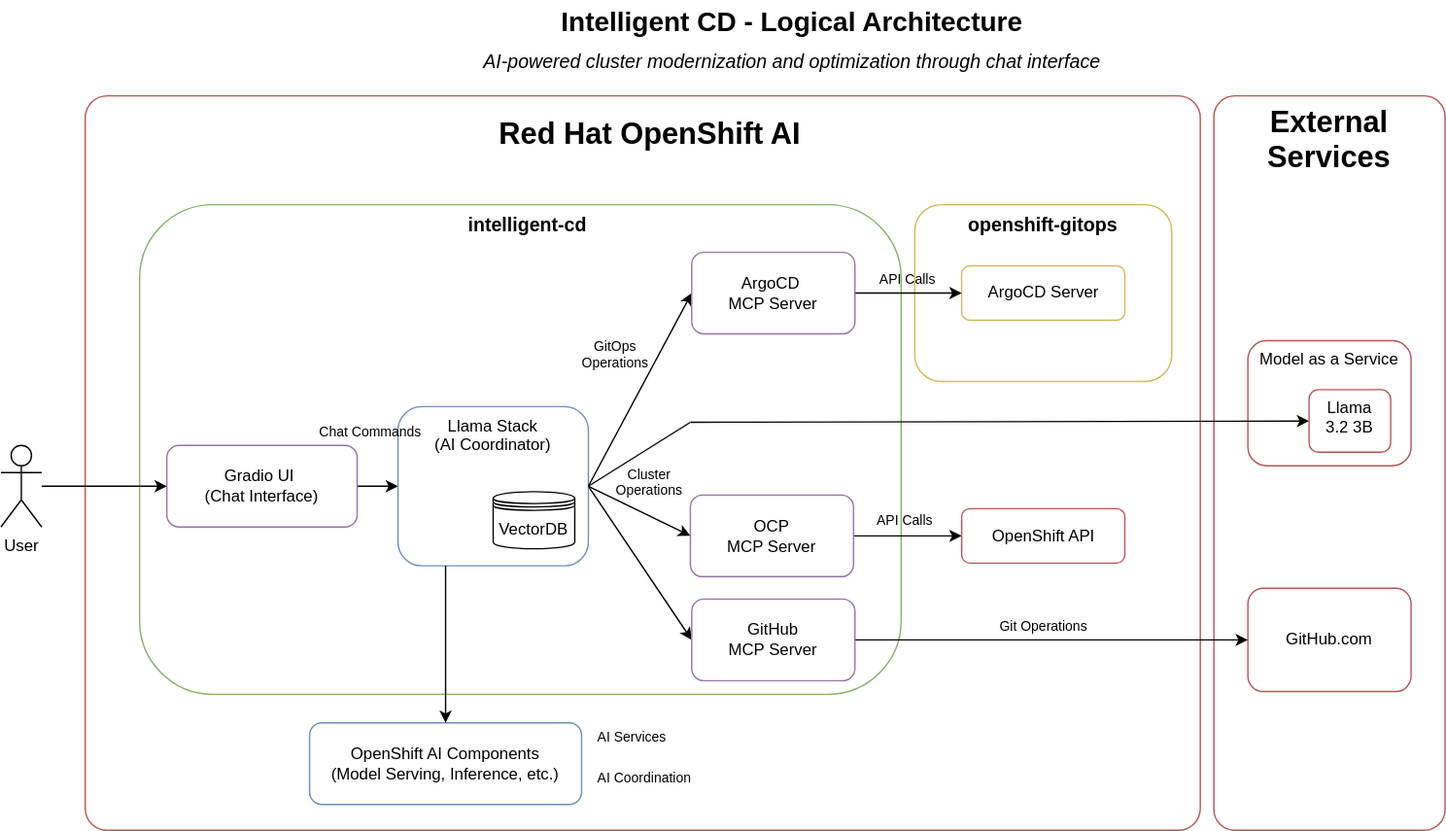
alvarolop/intelligent-cd keeps this draw.io diagram as docs/images/architecture.svg. Above is the earlier version. Source tidied: cells renumbered, new cells last; positions are measured from the earlier drawing's top-left corner, leaving out a move shared by most shapes.
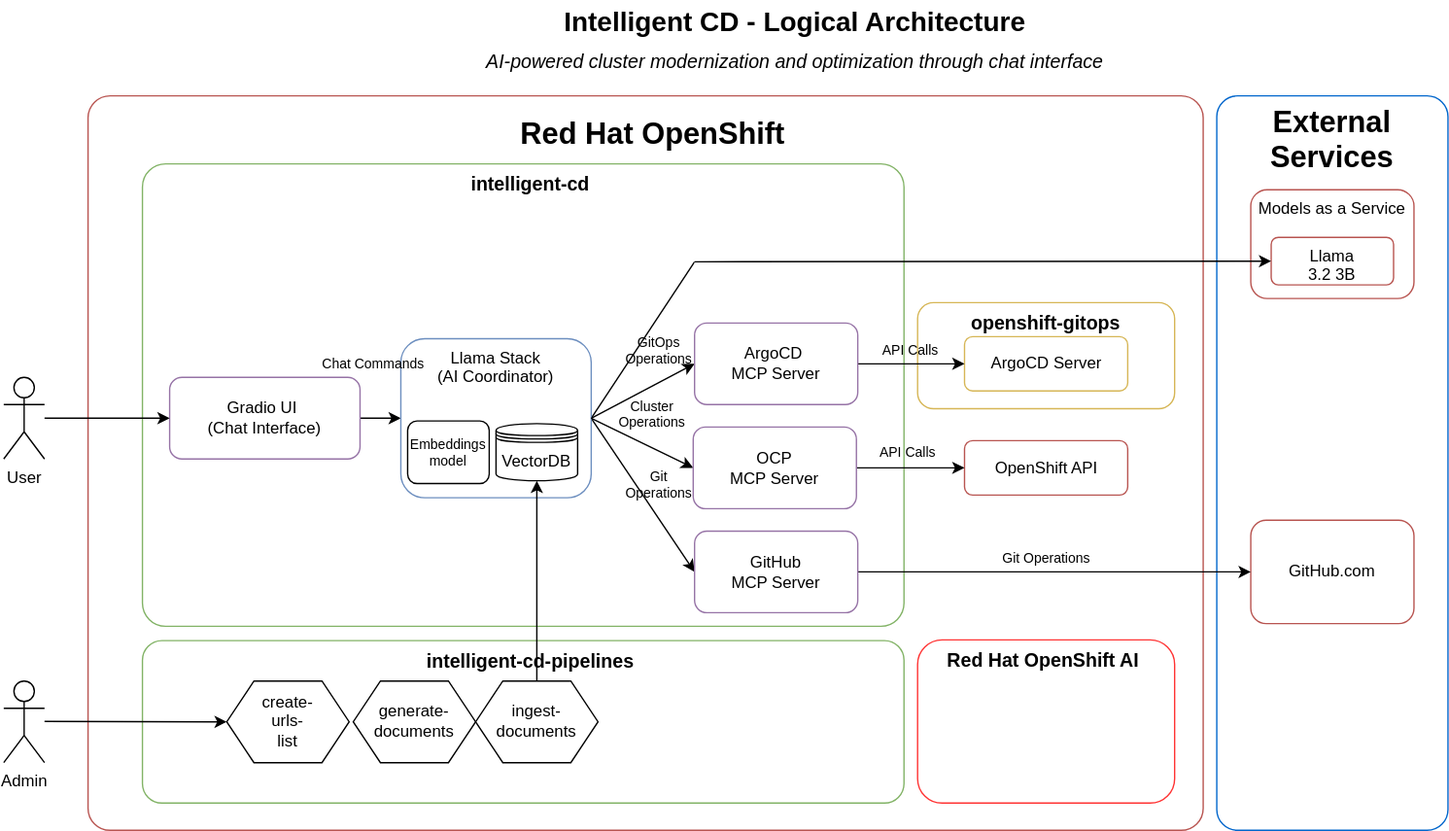
Later version of the same file.

Commit message:
🦺 Update arch diagram

Diff of the diagram source:
```diff
@@ -2,17 +2,17 @@
   <root>
     <mxCell id="0" />
     <mxCell id="1" parent="0" />
-    <mxCell id="2" value="Red Hat OpenShift AI" style="rounded=1;whiteSpace=wrap;html=1;fillColor=#ffffff;strokeColor=#b85450;fontSize=22;fontStyle=1;align=center;verticalAlign=top;spacingLeft=11;spacingTop=9;arcSize=3;" parent="1" vertex="1">
-      <mxGeometry x="62" y="70" width="820" height="540" as="geometry" />
+    <mxCell id="2" value="Red Hat OpenShift" style="rounded=1;whiteSpace=wrap;html=1;fillColor=#ffffff;strokeColor=#b85450;fontSize=22;fontStyle=1;align=center;verticalAlign=top;spacingLeft=11;spacingTop=9;arcSize=3;" parent="1" vertex="1">
+      <mxGeometry x="62" y="120" width="820" height="540" as="geometry" />
     </mxCell>
-    <mxCell id="3" value="intelligent-cd" style="rounded=1;whiteSpace=wrap;html=1;fillColor=#ffffff;strokeColor=#82b366;fontSize=14;fontStyle=1;align=center;verticalAlign=top;spacingLeft=11;" parent="1" vertex="1">
-      <mxGeometry x="102" y="150" width="560" height="360" as="geometry" />
+    <mxCell id="3" value="intelligent-cd" style="rounded=1;whiteSpace=wrap;html=1;fillColor=#ffffff;strokeColor=#82b366;fontSize=14;fontStyle=1;align=center;verticalAlign=top;spacingLeft=11;arcSize=5;" parent="1" vertex="1">
+      <mxGeometry x="102" y="170" width="560" height="340" as="geometry" />
     </mxCell>
     <mxCell id="4" value="openshift-gitops" style="rounded=1;whiteSpace=wrap;html=1;fillColor=#ffffff;strokeColor=#d6b656;fontSize=14;fontStyle=1;verticalAlign=top;" parent="1" vertex="1">
-      <mxGeometry x="672" y="150" width="189" height="130" as="geometry" />
+      <mxGeometry x="672" y="272" width="189" height="78" as="geometry" />
     </mxCell>
-    <mxCell id="5" value="External Services" style="rounded=1;whiteSpace=wrap;html=1;fillColor=#ffffff;strokeColor=#b85450;fontSize=22;fontStyle=1;arcSize=9;verticalAlign=top;" parent="1" vertex="1">
-      <mxGeometry x="892" y="70" width="170" height="540" as="geometry" />
+    <mxCell id="5" value="External Services" style="rounded=1;whiteSpace=wrap;html=1;fillColor=#ffffff;strokeColor=#0066CC;fontSize=22;fontStyle=1;arcSize=9;verticalAlign=top;" parent="1" vertex="1">
+      <mxGeometry x="892" y="120" width="170" height="540" as="geometry" />
     </mxCell>
     <mxCell id="6" style="edgeStyle=none;html=1;exitX=1;exitY=0.5;exitDx=0;exitDy=0;entryX=0;entryY=0.5;entryDx=0;entryDy=0;" parent="1" edge="1" source="7" target="10">
       <mxGeometry relative="1" as="geometry" />
@@ -29,11 +29,8 @@
     <mxCell id="10" value="Llama Stack&#10;(AI Coordinator)" style="rounded=1;whiteSpace=wrap;html=1;fillColor=none;strokeColor=#6c8ebf;fontSize=12;verticalAlign=top;" parent="1" vertex="1">
       <mxGeometry x="292" y="298.5" width="140" height="117" as="geometry" />
     </mxCell>
-    <mxCell id="11" value="OpenShift AI Components&#10;(Model Serving, Inference, etc.)" style="rounded=1;whiteSpace=wrap;html=1;fillColor=#ffffff;strokeColor=#6c8ebf;fontSize=12;" parent="1" vertex="1">
-      <mxGeometry x="227" y="531" width="200" height="60" as="geometry" />
-    </mxCell>
     <mxCell id="12" value="ArgoCD Server" style="rounded=1;whiteSpace=wrap;html=1;fillColor=#ffffff;strokeColor=#d6b656;fontSize=12;" parent="1" vertex="1">
-      <mxGeometry x="706.5" y="195" width="120" height="40" as="geometry" />
+      <mxGeometry x="706.5" y="297" width="120" height="40" as="geometry" />
     </mxCell>
     <mxCell id="13" value="GitHub.com" style="rounded=1;whiteSpace=wrap;html=1;fillColor=#ffffff;strokeColor=#b85450;fontSize=12;" parent="1" vertex="1">
       <mxGeometry x="917" y="432" width="120" height="76" as="geometry" />
@@ -50,20 +47,14 @@
     <mxCell id="17" style="endArrow=classic;html=1;rounded=0;exitX=1;exitY=0.5;exitDx=0;exitDy=0;entryX=0;entryY=0.5;entryDx=0;entryDy=0;" parent="1" edge="1" source="37" target="14">
       <mxGeometry relative="1" as="geometry" />
     </mxCell>
-    <mxCell id="18" style="endArrow=classic;html=1;rounded=0;exitX=0.25;exitY=1;exitDx=0;exitDy=0;entryX=0.5;entryY=0;entryDx=0;entryDy=0;" parent="1" edge="1" source="10" target="11">
-      <mxGeometry relative="1" as="geometry" />
-    </mxCell>
     <mxCell id="19" value="Chat Commands" style="text;html=1;strokeColor=none;fillColor=none;align=center;verticalAlign=middle;whiteSpace=wrap;rounded=0;fontSize=10;" parent="1" vertex="1">
       <mxGeometry x="232" y="307" width="80" height="20" as="geometry" />
     </mxCell>
-    <mxCell id="20" value="AI Coordination" style="text;html=1;strokeColor=none;fillColor=none;align=left;verticalAlign=middle;whiteSpace=wrap;rounded=0;fontSize=10;" parent="1" vertex="1">
-      <mxGeometry x="437" y="561" width="80" height="20" as="geometry" />
-    </mxCell>
     <mxCell id="21" value="Cluster Operations" style="text;html=1;strokeColor=none;fillColor=none;align=center;verticalAlign=middle;whiteSpace=wrap;rounded=0;fontSize=10;" parent="1" vertex="1">
       <mxGeometry x="437" y="343.5" width="80" height="20" as="geometry" />
     </mxCell>
     <mxCell id="22" value="GitOps Operations" style="text;html=1;strokeColor=none;fillColor=none;align=center;verticalAlign=middle;whiteSpace=wrap;rounded=0;fontSize=10;" parent="1" vertex="1">
-      <mxGeometry x="412" y="250" width="80" height="20" as="geometry" />
+      <mxGeometry x="442" y="297" width="80" height="20" as="geometry" />
     </mxCell>
     <mxCell id="23" value="Git Operations" style="text;html=1;strokeColor=none;fillColor=none;align=center;verticalAlign=middle;whiteSpace=wrap;rounded=0;fontSize=10;" parent="1" vertex="1">
       <mxGeometry x="726.5" y="450" width="80" height="20" as="geometry" />
@@ -71,26 +62,23 @@
     <mxCell id="24" value="API Calls" style="text;html=1;strokeColor=none;fillColor=none;align=center;verticalAlign=middle;whiteSpace=wrap;rounded=0;fontSize=10;" parent="1" vertex="1">
       <mxGeometry x="624.5" y="372" width="80" height="20" as="geometry" />
     </mxCell>
-    <mxCell id="25" value="AI Services" style="text;html=1;strokeColor=none;fillColor=none;align=left;verticalAlign=middle;whiteSpace=wrap;rounded=0;fontSize=10;" parent="1" vertex="1">
-      <mxGeometry x="437" y="531" width="80" height="20" as="geometry" />
-    </mxCell>
     <mxCell id="26" value="Intelligent CD - Logical Architecture" style="text;html=1;strokeColor=none;fillColor=none;align=center;verticalAlign=middle;whiteSpace=wrap;rounded=0;fontSize=20;fontStyle=1;" parent="1" vertex="1">
-      <mxGeometry x="382" width="400" height="30" as="geometry" />
+      <mxGeometry x="382" y="50" width="400" height="30" as="geometry" />
     </mxCell>
     <mxCell id="27" value="AI-powered cluster modernization and optimization through chat interface" style="text;html=1;strokeColor=none;fillColor=none;align=center;verticalAlign=middle;whiteSpace=wrap;rounded=0;fontSize=14;fontStyle=2;" parent="1" vertex="1">
-      <mxGeometry x="282" y="30" width="600" height="30" as="geometry" />
+      <mxGeometry x="282" y="80" width="600" height="30" as="geometry" />
     </mxCell>
     <mxCell id="28" style="edgeStyle=none;html=1;exitX=1;exitY=0.5;exitDx=0;exitDy=0;entryX=0;entryY=0.5;entryDx=0;entryDy=0;" parent="1" edge="1" source="29" target="12">
       <mxGeometry relative="1" as="geometry" />
     </mxCell>
     <mxCell id="29" value="&lt;span style=&quot;color: rgb(0, 0, 0);&quot;&gt;ArgoCD&amp;nbsp;&lt;/span&gt;&lt;div&gt;&lt;span style=&quot;color: rgb(0, 0, 0);&quot;&gt;MCP Server&lt;/span&gt;&lt;/div&gt;" style="rounded=1;whiteSpace=wrap;html=1;fillColor=#ffffff;strokeColor=#9673a6;fontSize=12;" parent="1" vertex="1">
-      <mxGeometry x="508" y="185" width="120" height="60" as="geometry" />
+      <mxGeometry x="508" y="287" width="120" height="60" as="geometry" />
     </mxCell>
     <mxCell id="30" style="rounded=1;whiteSpace=wrap;html=1;fillColor=#ffffff;strokeColor=none;fontSize=12;" parent="1" vertex="1">
-      <mxGeometry x="507" y="280" width="120" height="60" as="geometry" />
+      <mxGeometry x="508" y="212" width="120" height="60" as="geometry" />
     </mxCell>
     <mxCell id="31" value="API Calls" style="text;html=1;strokeColor=none;fillColor=none;align=center;verticalAlign=middle;whiteSpace=wrap;rounded=0;fontSize=10;" parent="1" vertex="1">
-      <mxGeometry x="626.5" y="195" width="80" height="20" as="geometry" />
+      <mxGeometry x="626.5" y="297" width="80" height="20" as="geometry" />
     </mxCell>
     <mxCell id="32" style="edgeStyle=none;html=1;" parent="1" edge="1" source="33" target="7">
       <mxGeometry relative="1" as="geometry" />
@@ -110,14 +98,46 @@
     <mxCell id="37" value="&lt;div&gt;&lt;span style=&quot;color: rgb(0, 0, 0);&quot;&gt;OCP&lt;/span&gt;&lt;/div&gt;&lt;div&gt;&lt;span style=&quot;color: rgb(0, 0, 0);&quot;&gt;MCP Server&lt;/span&gt;&lt;/div&gt;" style="rounded=1;whiteSpace=wrap;html=1;fillColor=#ffffff;strokeColor=#9673a6;fontSize=12;" parent="1" vertex="1">
       <mxGeometry x="507" y="363.5" width="120" height="60" as="geometry" />
     </mxCell>
-    <mxCell id="38" value="&lt;div style=&quot;&quot;&gt;&lt;span style=&quot;background-color: transparent;&quot;&gt;Model as a Service&lt;/span&gt;&lt;/div&gt;" style="rounded=1;whiteSpace=wrap;html=1;fillColor=#ffffff;strokeColor=#b85450;fontSize=12;align=center;verticalAlign=top;" parent="1" vertex="1">
-      <mxGeometry x="917" y="250" width="120" height="92" as="geometry" />
+    <mxCell id="38" value="&lt;div style=&quot;&quot;&gt;&lt;span style=&quot;background-color: transparent;&quot;&gt;Models as a Service&lt;/span&gt;&lt;/div&gt;" style="rounded=1;whiteSpace=wrap;html=1;fillColor=#ffffff;strokeColor=#b85450;fontSize=12;align=center;verticalAlign=top;" parent="1" vertex="1">
+      <mxGeometry x="917" y="189" width="120" height="80" as="geometry" />
     </mxCell>
     <mxCell id="39" value="&lt;div style=&quot;&quot;&gt;&lt;span style=&quot;background-color: transparent;&quot;&gt;Llama&lt;/span&gt;&lt;/div&gt;&lt;div style=&quot;&quot;&gt;&lt;span style=&quot;background-color: transparent;&quot;&gt;3.2 3B&lt;/span&gt;&lt;/div&gt;" style="rounded=1;whiteSpace=wrap;html=1;fillColor=#ffffff;strokeColor=#b85450;fontSize=12;align=center;verticalAlign=top;" parent="1" vertex="1">
-      <mxGeometry x="962" y="286" width="60" height="46" as="geometry" />
+      <mxGeometry x="932" y="224" width="90" height="35" as="geometry" />
     </mxCell>
     <mxCell id="40" style="endArrow=classic;html=1;rounded=0;exitX=0;exitY=0.5;exitDx=0;exitDy=0;" parent="1" edge="1" source="30" target="39">
       <mxGeometry relative="1" as="geometry" />
     </mxCell>
+    <mxCell id="41" value="Admin" style="shape=umlActor;verticalLabelPosition=bottom;verticalAlign=top;html=1;" parent="1" vertex="1">
+      <mxGeometry y="550.2" width="30" height="60" as="geometry" />
+    </mxCell>
+    <mxCell id="42" value="&lt;span style=&quot;color: rgb(0, 0, 0);&quot;&gt;Red Hat OpenShift AI&amp;nbsp;&lt;/span&gt;" style="rounded=1;whiteSpace=wrap;html=1;fillColor=none;strokeColor=#FF3333;fontSize=14;fontStyle=1;verticalAlign=top;" parent="1" vertex="1">
+      <mxGeometry x="672" y="520" width="189" height="120" as="geometry" />
+    </mxCell>
+    <mxCell id="43" value="intelligent-cd-pipelines" style="rounded=1;whiteSpace=wrap;html=1;fillColor=#ffffff;strokeColor=#82b366;fontSize=14;fontStyle=1;align=center;verticalAlign=top;spacingLeft=11;arcSize=12;" parent="1" vertex="1">
+      <mxGeometry x="102" y="520.5" width="560" height="119.5" as="geometry" />
+    </mxCell>
+    <mxCell id="44" style="edgeStyle=none;html=1;entryX=0;entryY=0.5;entryDx=0;entryDy=0;" parent="1" edge="1" target="46">
+      <mxGeometry relative="1" as="geometry">
+        <mxPoint x="30" y="580" as="sourcePoint" />
+      </mxGeometry>
+    </mxCell>
+    <mxCell id="45" style="edgeStyle=none;html=1;exitX=0.5;exitY=0;exitDx=0;exitDy=0;entryX=0.5;entryY=1;entryDx=0;entryDy=0;" parent="1" edge="1" source="48" target="35">
+      <mxGeometry relative="1" as="geometry" />
+    </mxCell>
+    <mxCell id="46" value="create-&lt;div&gt;urls-&lt;/div&gt;&lt;div&gt;list&lt;/div&gt;" style="shape=hexagon;perimeter=hexagonPerimeter2;whiteSpace=wrap;html=1;fixedSize=1;" parent="1" vertex="1">
+      <mxGeometry x="164" y="550.2" width="90" height="60" as="geometry" />
+    </mxCell>
+    <mxCell id="47" value="generate-&lt;div&gt;documents&lt;/div&gt;" style="shape=hexagon;perimeter=hexagonPerimeter2;whiteSpace=wrap;html=1;fixedSize=1;" parent="1" vertex="1">
+      <mxGeometry x="257" y="550.2" width="90" height="60" as="geometry" />
+    </mxCell>
+    <mxCell id="48" value="ingest-&lt;div&gt;documents&lt;/div&gt;" style="shape=hexagon;perimeter=hexagonPerimeter2;whiteSpace=wrap;html=1;fixedSize=1;" parent="1" vertex="1">
+      <mxGeometry x="347" y="550.2" width="90" height="60" as="geometry" />
+    </mxCell>
+    <mxCell id="49" value="&lt;div&gt;Embeddings&lt;/div&gt;&lt;div&gt;model&lt;/div&gt;" style="rounded=1;whiteSpace=wrap;html=1;fillColor=#ffffff;strokeColor=#000000;fontSize=10;align=center;verticalAlign=middle;" parent="1" vertex="1">
+      <mxGeometry x="297" y="359" width="60" height="46" as="geometry" />
+    </mxCell>
+    <mxCell id="50" value="Git&lt;div&gt;Operations&lt;/div&gt;" style="text;html=1;strokeColor=none;fillColor=none;align=center;verticalAlign=middle;whiteSpace=wrap;rounded=0;fontSize=10;" parent="1" vertex="1">
+      <mxGeometry x="442" y="395.5" width="80" height="20" as="geometry" />
+    </mxCell>
   </root>
 </mxGraphModel>
```
